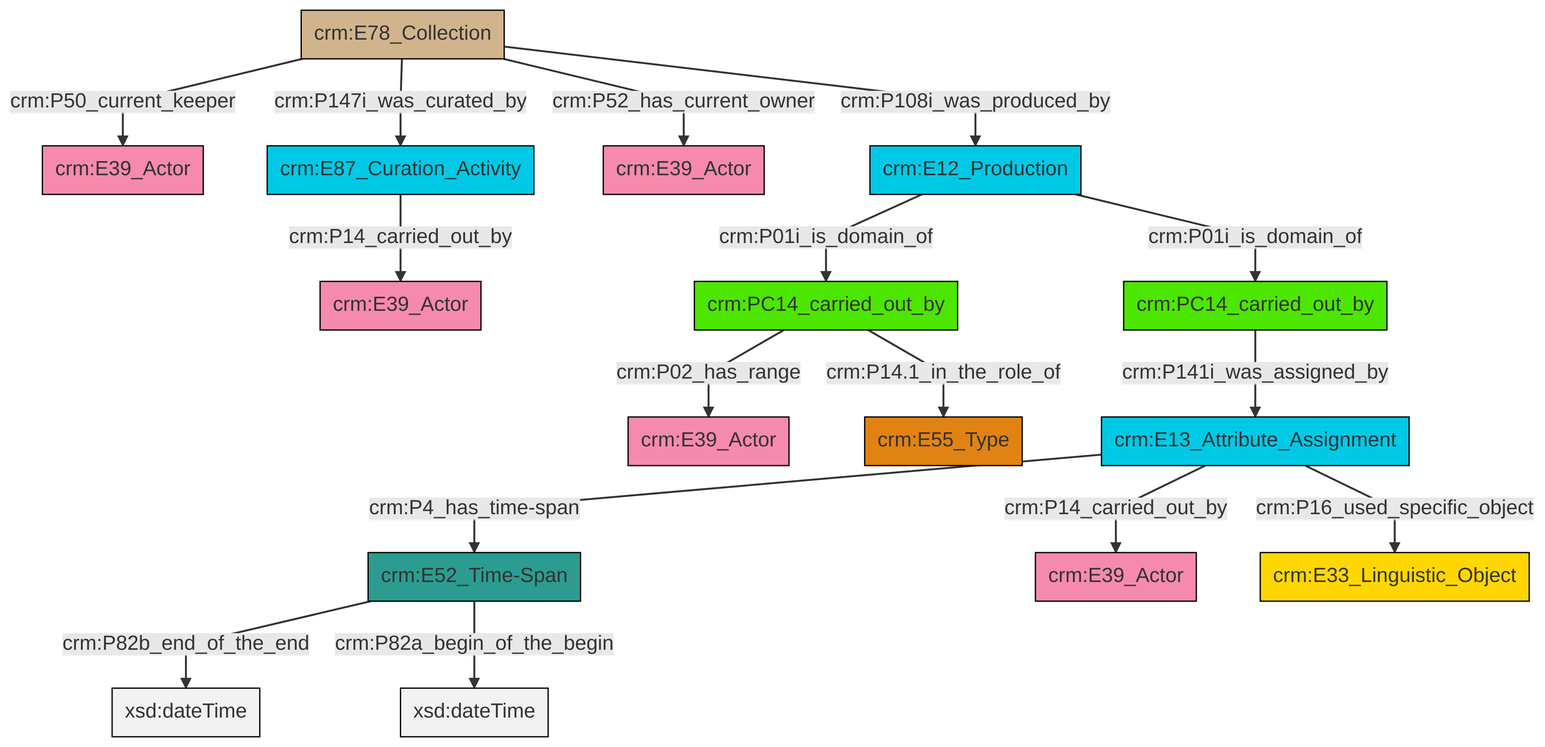
swiss-art-research-net/docs.swissartresearch keeps this Mermaid diagram as et/archivalCSV/ttl/mmd/png/archival_relation.png. Above is the earlier version. Its source is kept beside it as et/archivalCSV/ttl/mmd/archival_relation.ttl.mmd.
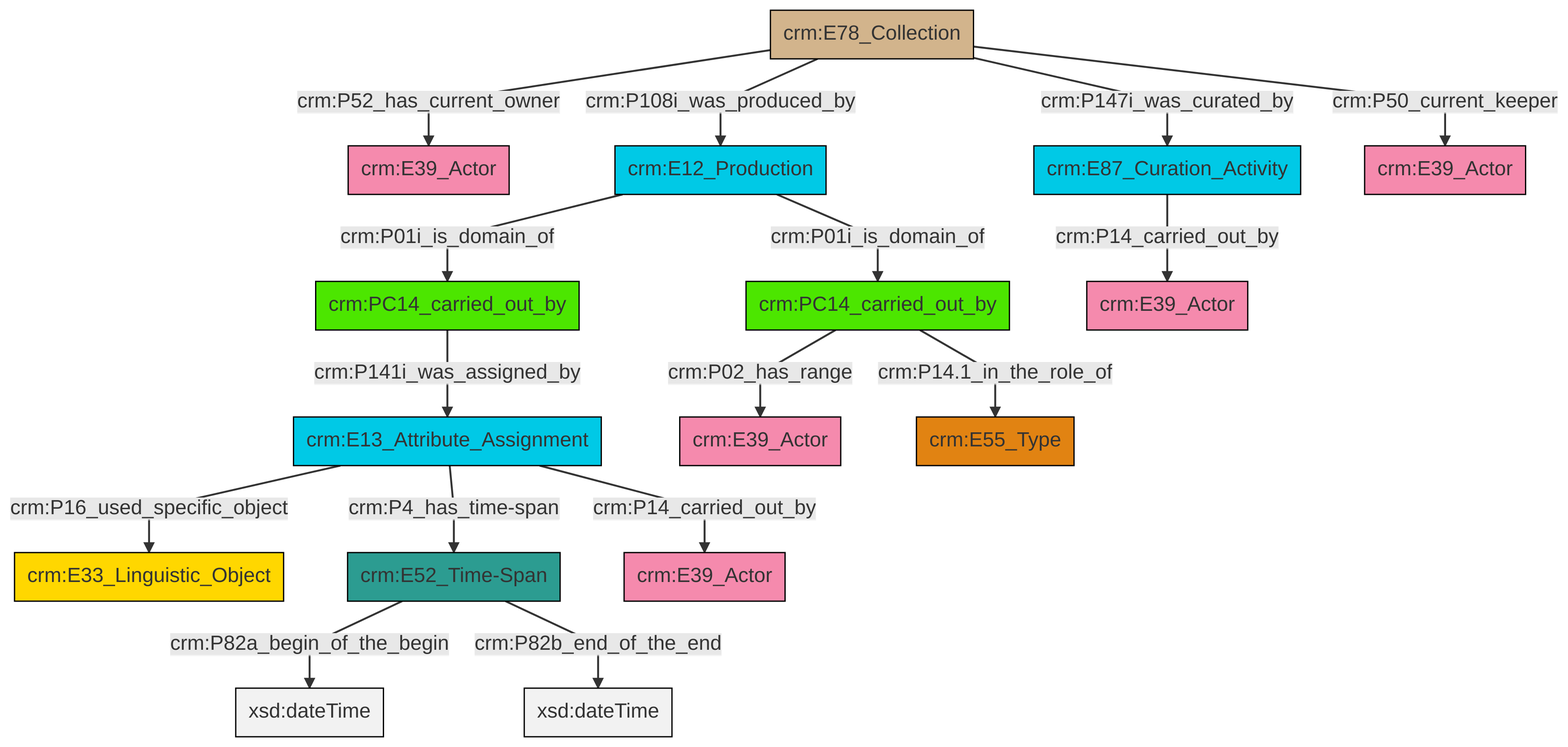
The same diagram one commit later.

What changed in the source:
```diff
@@ -13,18 +13,18 @@
 classDef PC_Classes fill:#4ce600, stroke:#000000;
 classDef Multi fill:#cccccc,stroke:#000000;
 
-2["crm:E13_Attribute_Assignment"]:::Temporal_Entity -->|crm:P4_has_time-span| 3["crm:E52_Time-Span"]:::Time-Span
-4["crm:E78_Collection"]:::Physical_Thing -->|crm:P50_current_keeper| 5["crm:E39_Actor"]:::Actor
-7["crm:E12_Production"]:::Temporal_Entity -->|crm:P01i_is_domain_of| 8["crm:PC14_carried_out_by"]:::PC_Classes
-8["crm:PC14_carried_out_by"]:::PC_Classes -->|crm:P02_has_range| 11["crm:E39_Actor"]:::Actor
-8["crm:PC14_carried_out_by"]:::PC_Classes -->|crm:P14.1_in_the_role_of| 12["crm:E55_Type"]:::Type
-4["crm:E78_Collection"]:::Physical_Thing -->|crm:P147i_was_curated_by| 16["crm:E87_Curation_Activity"]:::Temporal_Entity
-2["crm:E13_Attribute_Assignment"]:::Temporal_Entity -->|crm:P14_carried_out_by| 9["crm:E39_Actor"]:::Actor
-4["crm:E78_Collection"]:::Physical_Thing -->|crm:P52_has_current_owner| 0["crm:E39_Actor"]:::Actor
-22["crm:PC14_carried_out_by"]:::PC_Classes -->|crm:P141i_was_assigned_by| 2["crm:E13_Attribute_Assignment"]:::Temporal_Entity
-4["crm:E78_Collection"]:::Physical_Thing -->|crm:P108i_was_produced_by| 7["crm:E12_Production"]:::Temporal_Entity
-3["crm:E52_Time-Span"]:::Time-Span -->|crm:P82b_end_of_the_end| 24[xsd:dateTime]:::Literal
-3["crm:E52_Time-Span"]:::Time-Span -->|crm:P82a_begin_of_the_begin| 25[xsd:dateTime]:::Literal
-16["crm:E87_Curation_Activity"]:::Temporal_Entity -->|crm:P14_carried_out_by| 19["crm:E39_Actor"]:::Actor
-2["crm:E13_Attribute_Assignment"]:::Temporal_Entity -->|crm:P16_used_specific_object| 13["crm:E33_Linguistic_Object"]:::Conceptual_Object
-7["crm:E12_Production"]:::Temporal_Entity -->|crm:P01i_is_domain_of| 22["crm:PC14_carried_out_by"]:::PC_Classes
+8["crm:E78_Collection"]:::Physical_Thing -->|crm:P147i_was_curated_by| 9["crm:E87_Curation_Activity"]:::Temporal_Entity
+6["crm:E52_Time-Span"]:::Time-Span -->|crm:P82a_begin_of_the_begin| 12[xsd:dateTime]:::Literal
+13["crm:PC14_carried_out_by"]:::PC_Classes -->|crm:P02_has_range| 14["crm:E39_Actor"]:::Actor
+10["crm:E13_Attribute_Assignment"]:::Temporal_Entity -->|crm:P4_has_time-span| 6["crm:E52_Time-Span"]:::Time-Span
+6["crm:E52_Time-Span"]:::Time-Span -->|crm:P82b_end_of_the_end| 20[xsd:dateTime]:::Literal
+9["crm:E87_Curation_Activity"]:::Temporal_Entity -->|crm:P14_carried_out_by| 18["crm:E39_Actor"]:::Actor
+8["crm:E78_Collection"]:::Physical_Thing -->|crm:P108i_was_produced_by| 15["crm:E12_Production"]:::Temporal_Entity
+10["crm:E13_Attribute_Assignment"]:::Temporal_Entity -->|crm:P14_carried_out_by| 22["crm:E39_Actor"]:::Actor
+4["crm:PC14_carried_out_by"]:::PC_Classes -->|crm:P141i_was_assigned_by| 10["crm:E13_Attribute_Assignment"]:::Temporal_Entity
+10["crm:E13_Attribute_Assignment"]:::Temporal_Entity -->|crm:P16_used_specific_object| 2["crm:E33_Linguistic_Object"]:::Conceptual_Object
+15["crm:E12_Production"]:::Temporal_Entity -->|crm:P01i_is_domain_of| 4["crm:PC14_carried_out_by"]:::PC_Classes
+8["crm:E78_Collection"]:::Physical_Thing -->|crm:P52_has_current_owner| 0["crm:E39_Actor"]:::Actor
+8["crm:E78_Collection"]:::Physical_Thing -->|crm:P50_current_keeper| 27["crm:E39_Actor"]:::Actor
+13["crm:PC14_carried_out_by"]:::PC_Classes -->|crm:P14.1_in_the_role_of| 25["crm:E55_Type"]:::Type
+15["crm:E12_Production"]:::Temporal_Entity -->|crm:P01i_is_domain_of| 13["crm:PC14_carried_out_by"]:::PC_Classes
```
